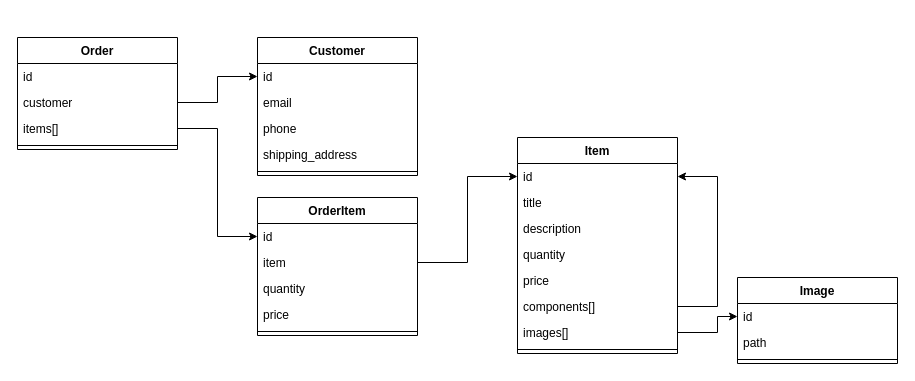
This is api/resources/entity_relationship_diagram.drawio from skyd-ua/crm, a draw.io file, before an edit. Source tidied: cells renumbered, new cells numbered last; positions are measured from the earlier drawing's top-left corner, leaving out a move shared by most shapes. Both pictures are drawn from the tidied source at 100%, with x=0, y=0 at pixel (17, 37).
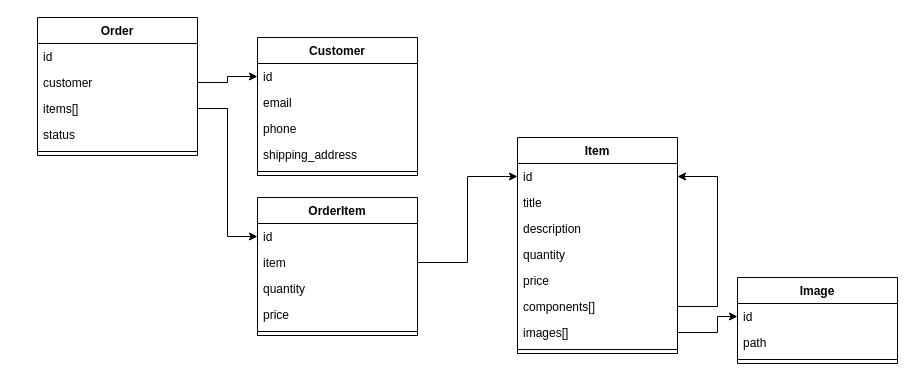
After the change.

The edit, as a diff of the source:
```diff
@@
     <mxCell id="12" value="Order" style="swimlane;fontStyle=1;align=center;verticalAlign=top;horizontal=1;startSize=26;whiteSpace=wrap;html=1;" parent="1" vertex="1">
-      <mxGeometry width="160" height="112" as="geometry" />
+      <mxGeometry x="20" y="-20" width="160" height="138" as="geometry" />
     </mxCell>
@@
+    <mxCell id="37" value="status" style="text;strokeColor=none;fillColor=none;align=left;verticalAlign=top;spacingLeft=4;spacingRight=4;overflow=hidden;whiteSpace=wrap;html=1;" parent="12" vertex="1">
+      <mxGeometry y="104" width="160" height="26" as="geometry" />
+    </mxCell>
     <mxCell id="16" style="line;strokeWidth=1;fillColor=none;align=left;verticalAlign=middle;spacingTop=-1;spacingLeft=3;spacingRight=3;labelPosition=right;strokeColor=inherit;" parent="12" vertex="1">
-      <mxGeometry y="104" width="160" height="8" as="geometry" />
+      <mxGeometry y="130" width="160" height="8" as="geometry" />
     </mxCell>
```
